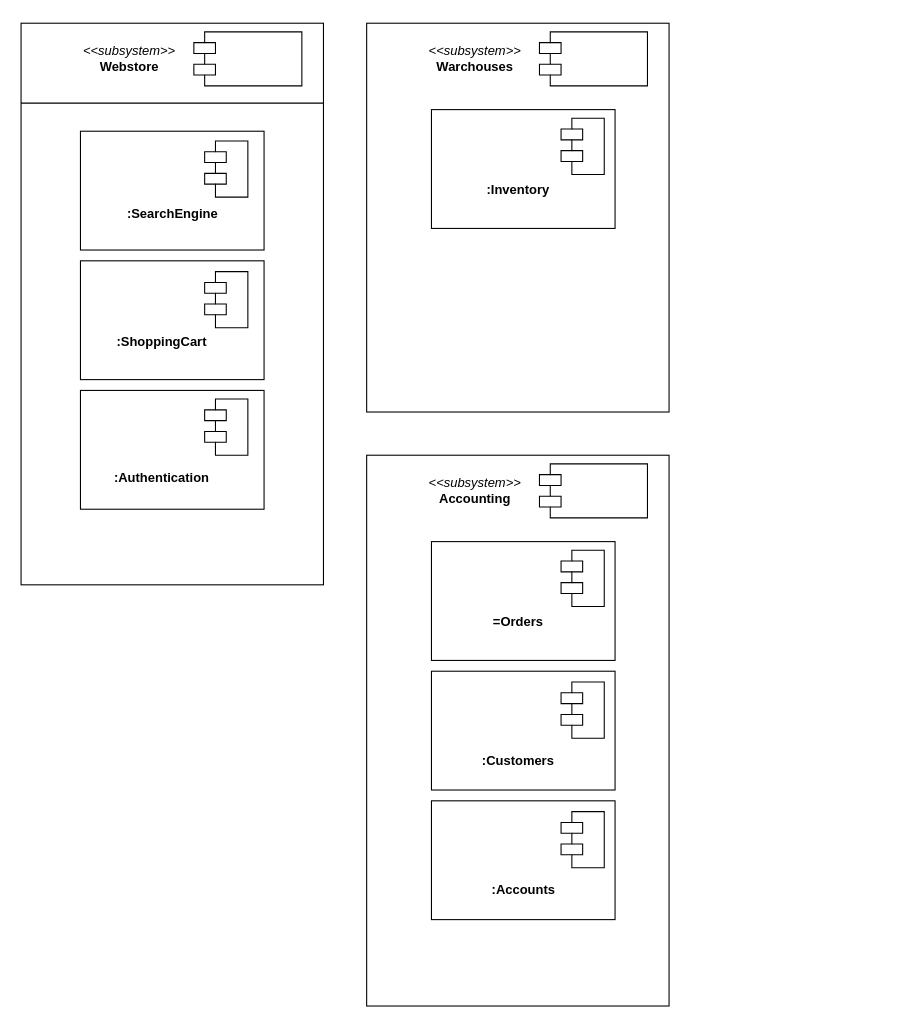
KacperLudwiczak/First-UML keeps this draw.io diagram as First-UML.drawio. Above is the earlier version. Source tidied: cells renumbered, new cells numbered last; positions are measured from the earlier drawing's top-left corner, leaving out a move shared by most shapes. Both pictures are drawn from the tidied source at 108%, with x=0, y=0 at pixel (21, 23).
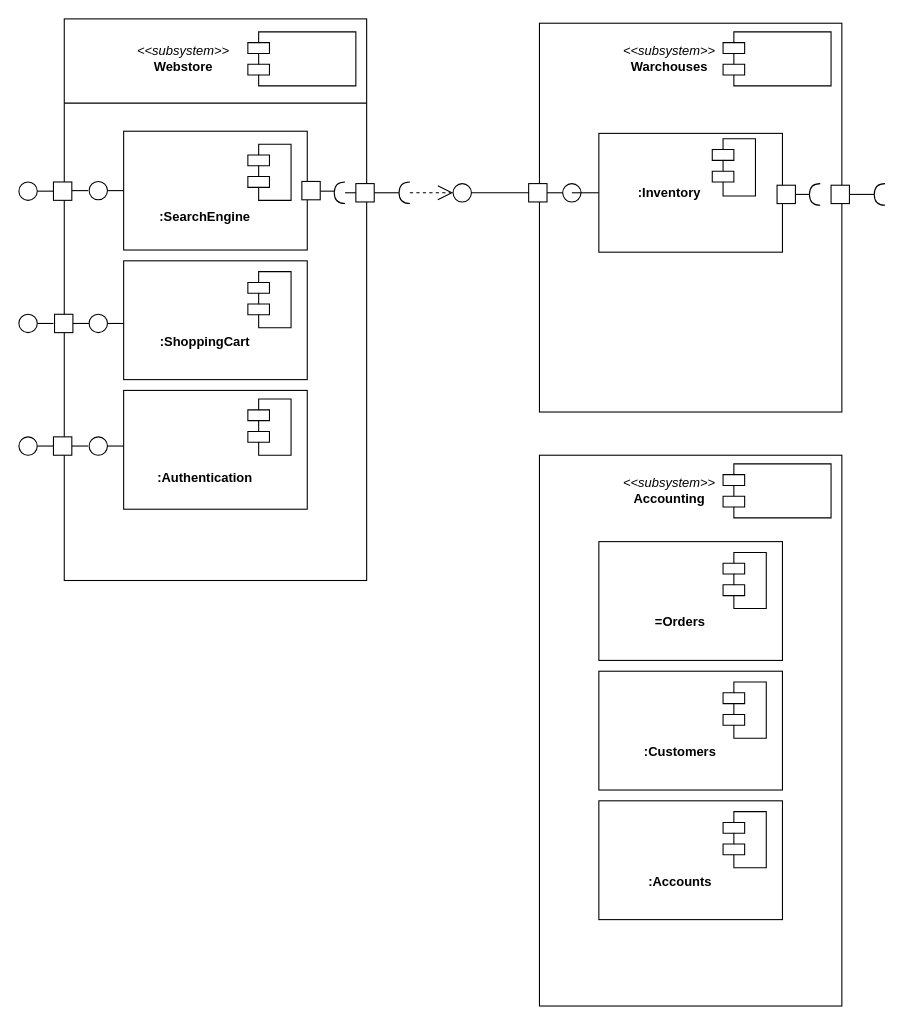
Above is the later version.

What changed in the source:
```diff
@@
     <mxCell id="2" style="html=1;whiteSpace=wrap;" parent="1" vertex="1">
-      <mxGeometry width="280" height="520" as="geometry" />
+      <mxGeometry x="40" y="-4" width="280" height="520" as="geometry" />
     </mxCell>
     <mxCell id="3" value="&lt;i style=&quot;font-weight: 400; text-wrap-mode: wrap;&quot;&gt;&amp;lt;&amp;lt;subsystem&amp;gt;&amp;gt;&lt;/i&gt;&lt;br style=&quot;font-weight: 400; text-wrap-mode: wrap;&quot;&gt;&lt;b style=&quot;text-wrap-mode: wrap;&quot;&gt;Webstore&lt;/b&gt;" style="text;align=center;fontStyle=1;verticalAlign=middle;spacingLeft=3;spacingRight=3;strokeColor=none;html=1;" parent="1" vertex="1">
-      <mxGeometry x="60" y="20" width="80" height="26" as="geometry" />
+      <mxGeometry x="110" y="20" width="80" height="26" as="geometry" />
     </mxCell>
     <mxCell id="4" style="shape=module;align=left;spacingLeft=20;align=center;verticalAlign=top;whiteSpace=wrap;html=1;" parent="1" vertex="1">
-      <mxGeometry x="160" y="8" width="100" height="50" as="geometry" />
+      <mxGeometry x="210" y="8" width="100" height="50" as="geometry" />
     </mxCell>
     <mxCell id="5" style="html=1;whiteSpace=wrap;" parent="1" vertex="1">
-      <mxGeometry x="320" width="280" height="360" as="geometry" />
+      <mxGeometry x="480" width="280" height="360" as="geometry" />
     </mxCell>
     <mxCell id="6" value="&lt;i style=&quot;font-weight: 400; text-wrap-mode: wrap;&quot;&gt;&amp;lt;&amp;lt;subsystem&amp;gt;&amp;gt;&lt;/i&gt;&lt;br style=&quot;font-weight: 400; text-wrap-mode: wrap;&quot;&gt;&lt;b style=&quot;text-wrap-mode: wrap;&quot;&gt;W&lt;/b&gt;&lt;span style=&quot;text-wrap-mode: wrap;&quot;&gt;archouses&lt;/span&gt;" style="text;align=center;fontStyle=1;verticalAlign=middle;spacingLeft=3;spacingRight=3;strokeColor=none;html=1;" parent="1" vertex="1">
-      <mxGeometry x="380" y="20" width="80" height="26" as="geometry" />
+      <mxGeometry x="560" y="20" width="80" height="26" as="geometry" />
     </mxCell>
     <mxCell id="7" style="shape=module;align=left;spacingLeft=20;align=center;verticalAlign=top;whiteSpace=wrap;html=1;" parent="1" vertex="1">
-      <mxGeometry x="480" y="8" width="100" height="50" as="geometry" />
+      <mxGeometry x="650" y="8" width="100" height="50" as="geometry" />
     </mxCell>
     <mxCell id="8" style="html=1;whiteSpace=wrap;" parent="1" vertex="1">
-      <mxGeometry x="380" y="80" width="170" height="110" as="geometry" />
+      <mxGeometry x="535" y="102" width="170" height="110" as="geometry" />
     </mxCell>
     <mxCell id="9" value="&lt;span style=&quot;text-wrap-mode: wrap;&quot;&gt;:Inventory&lt;/span&gt;" style="text;align=center;fontStyle=1;verticalAlign=middle;spacingLeft=3;spacingRight=3;strokeColor=none;html=1;" parent="1" vertex="1">
-      <mxGeometry x="420" y="142" width="80" height="26" as="geometry" />
+      <mxGeometry x="560" y="144" width="80" height="26" as="geometry" />
     </mxCell>
     <mxCell id="10" style="shape=module;align=left;spacingLeft=20;align=center;verticalAlign=top;whiteSpace=wrap;html=1;" parent="1" vertex="1">
-      <mxGeometry x="500" y="88" width="40" height="52" as="geometry" />
+      <mxGeometry x="640" y="107" width="40" height="53" as="geometry" />
     </mxCell>
     <mxCell id="11" style="html=1;whiteSpace=wrap;" parent="1" vertex="1">
-      <mxGeometry x="320" y="400" width="280" height="510" as="geometry" />
+      <mxGeometry x="480" y="400" width="280" height="510" as="geometry" />
     </mxCell>
     <mxCell id="12" value="&lt;i style=&quot;font-weight: 400; text-wrap-mode: wrap;&quot;&gt;&amp;lt;&amp;lt;subsystem&amp;gt;&amp;gt;&lt;/i&gt;&lt;br style=&quot;font-weight: 400; text-wrap-mode: wrap;&quot;&gt;&lt;span style=&quot;text-wrap-mode: wrap;&quot;&gt;Accounting&lt;/span&gt;" style="text;align=center;fontStyle=1;verticalAlign=middle;spacingLeft=3;spacingRight=3;strokeColor=none;html=1;" parent="1" vertex="1">
-      <mxGeometry x="380" y="420" width="80" height="26" as="geometry" />
+      <mxGeometry x="560" y="420" width="80" height="26" as="geometry" />
     </mxCell>
     <mxCell id="13" style="shape=module;align=left;spacingLeft=20;align=center;verticalAlign=top;whiteSpace=wrap;html=1;" parent="1" vertex="1">
-      <mxGeometry x="480" y="408" width="100" height="50" as="geometry" />
+      <mxGeometry x="650" y="408" width="100" height="50" as="geometry" />
     </mxCell>
     <mxCell id="14" style="html=1;whiteSpace=wrap;" parent="1" vertex="1">
-      <mxGeometry x="380" y="480" width="170" height="110" as="geometry" />
+      <mxGeometry x="535" y="480" width="170" height="110" as="geometry" />
     </mxCell>
     <mxCell id="15" value="&lt;span style=&quot;text-wrap-mode: wrap;&quot;&gt;=Orders&lt;/span&gt;" style="text;align=center;fontStyle=1;verticalAlign=middle;spacingLeft=3;spacingRight=3;strokeColor=none;html=1;" parent="1" vertex="1">
-      <mxGeometry x="420" y="542" width="80" height="26" as="geometry" />
+      <mxGeometry x="570" y="542" width="80" height="26" as="geometry" />
     </mxCell>
     <mxCell id="16" style="shape=module;align=left;spacingLeft=20;align=center;verticalAlign=top;whiteSpace=wrap;html=1;" parent="1" vertex="1">
-      <mxGeometry x="500" y="488" width="40" height="52" as="geometry" />
+      <mxGeometry x="650" y="490" width="40" height="52" as="geometry" />
     </mxCell>
     <mxCell id="17" style="html=1;whiteSpace=wrap;" parent="1" vertex="1">
-      <mxGeometry x="380" y="600" width="170" height="110" as="geometry" />
+      <mxGeometry x="535" y="600" width="170" height="110" as="geometry" />
     </mxCell>
     <mxCell id="18" style="shape=module;align=left;spacingLeft=20;align=center;verticalAlign=top;whiteSpace=wrap;html=1;" parent="1" vertex="1">
-      <mxGeometry x="500" y="610" width="40" height="52" as="geometry" />
+      <mxGeometry x="650" y="610" width="40" height="52" as="geometry" />
     </mxCell>
     <mxCell id="19" value="&lt;span style=&quot;text-wrap-mode: wrap;&quot;&gt;:Customers&lt;/span&gt;" style="text;align=center;fontStyle=1;verticalAlign=middle;spacingLeft=3;spacingRight=3;strokeColor=none;html=1;" parent="1" vertex="1">
-      <mxGeometry x="420" y="670" width="80" height="26" as="geometry" />
+      <mxGeometry x="570" y="662" width="80" height="26" as="geometry" />
     </mxCell>
     <mxCell id="20" style="html=1;whiteSpace=wrap;" parent="1" vertex="1">
-      <mxGeometry x="380" y="720" width="170" height="110" as="geometry" />
+      <mxGeometry x="535" y="720" width="170" height="110" as="geometry" />
     </mxCell>
     <mxCell id="21" style="shape=module;align=left;spacingLeft=20;align=center;verticalAlign=top;whiteSpace=wrap;html=1;" parent="1" vertex="1">
-      <mxGeometry x="500" y="730" width="40" height="52" as="geometry" />
+      <mxGeometry x="650" y="730" width="40" height="52" as="geometry" />
     </mxCell>
     <mxCell id="22" value="&lt;span style=&quot;text-wrap-mode: wrap;&quot;&gt;:Accounts&lt;/span&gt;" style="text;align=center;fontStyle=1;verticalAlign=middle;spacingLeft=3;spacingRight=3;strokeColor=none;html=1;" parent="1" vertex="1">
-      <mxGeometry x="425" y="790" width="80" height="26" as="geometry" />
+      <mxGeometry x="570" y="782" width="80" height="26" as="geometry" />
     </mxCell>
     <mxCell id="23" style="html=1;whiteSpace=wrap;" parent="1" vertex="1">
-      <mxGeometry x="55" y="100" width="170" height="110" as="geometry" />
+      <mxGeometry x="95" y="100" width="170" height="110" as="geometry" />
     </mxCell>
     <mxCell id="24" style="shape=module;align=left;spacingLeft=20;align=center;verticalAlign=top;whiteSpace=wrap;html=1;" parent="1" vertex="1">
-      <mxGeometry x="170" y="109" width="40" height="52" as="geometry" />
+      <mxGeometry x="210" y="112" width="40" height="52" as="geometry" />
     </mxCell>
     <mxCell id="25" value="&lt;span style=&quot;text-wrap-mode: wrap;&quot;&gt;:SearchEngine&lt;/span&gt;" style="text;align=center;fontStyle=1;verticalAlign=middle;spacingLeft=3;spacingRight=3;strokeColor=none;html=1;" parent="1" vertex="1">
-      <mxGeometry x="100" y="164" width="80" height="26" as="geometry" />
+      <mxGeometry x="130" y="167" width="80" height="26" as="geometry" />
     </mxCell>
     <mxCell id="26" style="html=1;whiteSpace=wrap;" parent="1" vertex="1">
-      <mxGeometry x="55" y="220" width="170" height="110" as="geometry" />
+      <mxGeometry x="95" y="220" width="170" height="110" as="geometry" />
     </mxCell>
     <mxCell id="27" style="html=1;whiteSpace=wrap;" parent="1" vertex="1">
-      <mxGeometry x="55" y="340" width="170" height="110" as="geometry" />
+      <mxGeometry x="95" y="340" width="170" height="110" as="geometry" />
     </mxCell>
     <mxCell id="28" style="shape=module;align=left;spacingLeft=20;align=center;verticalAlign=top;whiteSpace=wrap;html=1;" parent="1" vertex="1">
-      <mxGeometry x="170" y="230" width="40" height="52" as="geometry" />
+      <mxGeometry x="210" y="230" width="40" height="52" as="geometry" />
     </mxCell>
     <mxCell id="29" style="shape=module;align=left;spacingLeft=20;align=center;verticalAlign=top;whiteSpace=wrap;html=1;" parent="1" vertex="1">
-      <mxGeometry x="170" y="348" width="40" height="52" as="geometry" />
+      <mxGeometry x="210" y="348" width="40" height="52" as="geometry" />
     </mxCell>
     <mxCell id="30" value="&lt;span style=&quot;text-wrap-mode: wrap;&quot;&gt;:ShoppingCart&lt;/span&gt;" style="text;align=center;fontStyle=1;verticalAlign=middle;spacingLeft=3;spacingRight=3;strokeColor=none;html=1;" parent="1" vertex="1">
-      <mxGeometry x="90" y="282" width="80" height="26" as="geometry" />
+      <mxGeometry x="130" y="282" width="80" height="26" as="geometry" />
     </mxCell>
     <mxCell id="31" value="&lt;span style=&quot;text-wrap-mode: wrap;&quot;&gt;:Authentication&lt;/span&gt;" style="text;align=center;fontStyle=1;verticalAlign=middle;spacingLeft=3;spacingRight=3;strokeColor=none;html=1;" parent="1" vertex="1">
-      <mxGeometry x="90" y="408" width="80" height="26" as="geometry" />
+      <mxGeometry x="130" y="408" width="80" height="26" as="geometry" />
     </mxCell>
     <mxCell id="32" style="line;strokeWidth=1;fillColor=none;align=left;verticalAlign=middle;spacingTop=-1;spacingLeft=3;spacingRight=3;labelPosition=right;strokeColor=inherit;" parent="1" vertex="1">
-      <mxGeometry y="70" width="280" height="8" as="geometry" />
+      <mxGeometry x="40" y="70" width="280" height="8" as="geometry" />
     </mxCell>
+    <mxCell id="33" style="line;strokeWidth=1;fillColor=none;align=left;verticalAlign=middle;spacingTop=-1;spacingLeft=3;spacingRight=3;labelPosition=right;strokeColor=inherit;" parent="1" vertex="1">
+      <mxGeometry x="80" y="151" width="15" height="8" as="geometry" />
+    </mxCell>
+    <mxCell id="34" style="ellipse;whiteSpace=wrap;html=1;" parent="1" vertex="1">
+      <mxGeometry x="63" y="146.5" width="17" height="17" as="geometry" />
+    </mxCell>
+    <mxCell id="35" style="whiteSpace=wrap;html=1;" parent="1" vertex="1">
+      <mxGeometry x="30" y="147" width="17" height="17" as="geometry" />
+    </mxCell>
+    <mxCell id="36" style="line;strokeWidth=1;fillColor=none;align=left;verticalAlign=middle;spacingTop=-1;spacingLeft=3;spacingRight=3;labelPosition=right;strokeColor=inherit;" parent="1" vertex="1">
+      <mxGeometry x="47" y="151" width="15" height="8" as="geometry" />
+    </mxCell>
+    <mxCell id="37" style="line;strokeWidth=1;fillColor=none;align=left;verticalAlign=middle;spacingTop=-1;spacingLeft=3;spacingRight=3;labelPosition=right;strokeColor=inherit;" parent="1" vertex="1">
+      <mxGeometry x="15" y="151.5" width="15" height="8" as="geometry" />
+    </mxCell>
+    <mxCell id="38" style="ellipse;whiteSpace=wrap;html=1;" parent="1" vertex="1">
+      <mxGeometry x="-2" y="147" width="17" height="17" as="geometry" />
+    </mxCell>
+    <mxCell id="39" style="line;strokeWidth=1;fillColor=none;align=left;verticalAlign=middle;spacingTop=-1;spacingLeft=3;spacingRight=3;labelPosition=right;strokeColor=inherit;" parent="1" vertex="1">
+      <mxGeometry x="80" y="274" width="15" height="8" as="geometry" />
+    </mxCell>
+    <mxCell id="40" style="ellipse;whiteSpace=wrap;html=1;" parent="1" vertex="1">
+      <mxGeometry x="63" y="269.5" width="17" height="17" as="geometry" />
+    </mxCell>
+    <mxCell id="41" style="line;strokeWidth=1;fillColor=none;align=left;verticalAlign=middle;spacingTop=-1;spacingLeft=3;spacingRight=3;labelPosition=right;strokeColor=inherit;" parent="1" vertex="1">
+      <mxGeometry x="48" y="274" width="15" height="8" as="geometry" />
+    </mxCell>
+    <mxCell id="42" style="whiteSpace=wrap;html=1;" parent="1" vertex="1">
+      <mxGeometry x="31" y="269.5" width="17" height="17" as="geometry" />
+    </mxCell>
+    <mxCell id="43" style="line;strokeWidth=1;fillColor=none;align=left;verticalAlign=middle;spacingTop=-1;spacingLeft=3;spacingRight=3;labelPosition=right;strokeColor=inherit;" parent="1" vertex="1">
+      <mxGeometry x="15" y="274" width="15" height="8" as="geometry" />
+    </mxCell>
+    <mxCell id="44" style="ellipse;whiteSpace=wrap;html=1;" parent="1" vertex="1">
+      <mxGeometry x="-2" y="269.5" width="17" height="17" as="geometry" />
+    </mxCell>
+    <mxCell id="45" style="ellipse;whiteSpace=wrap;html=1;" parent="1" vertex="1">
+      <mxGeometry x="63" y="383" width="17" height="17" as="geometry" />
+    </mxCell>
+    <mxCell id="46" style="line;strokeWidth=1;fillColor=none;align=left;verticalAlign=middle;spacingTop=-1;spacingLeft=3;spacingRight=3;labelPosition=right;strokeColor=inherit;" parent="1" vertex="1">
+      <mxGeometry x="80" y="387.5" width="15" height="8" as="geometry" />
+    </mxCell>
+    <mxCell id="47" style="line;strokeWidth=1;fillColor=none;align=left;verticalAlign=middle;spacingTop=-1;spacingLeft=3;spacingRight=3;labelPosition=right;strokeColor=inherit;" parent="1" vertex="1">
+      <mxGeometry x="47" y="387.5" width="15" height="8" as="geometry" />
+    </mxCell>
+    <mxCell id="48" style="whiteSpace=wrap;html=1;" parent="1" vertex="1">
+      <mxGeometry x="30" y="383" width="17" height="17" as="geometry" />
+    </mxCell>
+    <mxCell id="49" style="line;strokeWidth=1;fillColor=none;align=left;verticalAlign=middle;spacingTop=-1;spacingLeft=3;spacingRight=3;labelPosition=right;strokeColor=inherit;" parent="1" vertex="1">
+      <mxGeometry x="15" y="387.5" width="15" height="8" as="geometry" />
+    </mxCell>
+    <mxCell id="50" style="ellipse;whiteSpace=wrap;html=1;" parent="1" vertex="1">
+      <mxGeometry x="-2" y="383" width="17" height="17" as="geometry" />
+    </mxCell>
+    <mxCell id="51" style="line;strokeWidth=1;fillColor=none;align=left;verticalAlign=middle;spacingTop=-1;spacingLeft=3;spacingRight=3;labelPosition=right;strokeColor=inherit;" parent="1" vertex="1">
+      <mxGeometry x="277" y="151.5" width="13" height="8" as="geometry" />
+    </mxCell>
+    <mxCell id="52" style="whiteSpace=wrap;html=1;" parent="1" vertex="1">
+      <mxGeometry x="260" y="146.5" width="17" height="17" as="geometry" />
+    </mxCell>
+    <mxCell id="53" style="shape=requiredInterface;html=1;verticalLabelPosition=bottom;sketch=0;rotation=-180;" parent="1" vertex="1">
+      <mxGeometry x="290" y="147" width="10" height="20" as="geometry" />
+    </mxCell>
+    <mxCell id="54" style="whiteSpace=wrap;html=1;" parent="1" vertex="1">
+      <mxGeometry x="310" y="148.5" width="17" height="17" as="geometry" />
+    </mxCell>
+    <mxCell id="55" style="line;strokeWidth=1;fillColor=none;align=left;verticalAlign=middle;spacingTop=-1;spacingLeft=3;spacingRight=3;labelPosition=right;strokeColor=inherit;" parent="1" vertex="1">
+      <mxGeometry x="327" y="153" width="23" height="8" as="geometry" />
+    </mxCell>
+    <mxCell id="56" style="line;strokeWidth=1;fillColor=none;align=left;verticalAlign=middle;spacingTop=-1;spacingLeft=3;spacingRight=3;labelPosition=right;strokeColor=inherit;" parent="1" vertex="1">
+      <mxGeometry x="300" y="153" width="10" height="8" as="geometry" />
+    </mxCell>
+    <mxCell id="57" style="shape=requiredInterface;html=1;verticalLabelPosition=bottom;sketch=0;rotation=-180;" parent="1" vertex="1">
+      <mxGeometry x="350" y="147" width="10" height="20" as="geometry" />
+    </mxCell>
+    <mxCell id="58" style="endArrow=open;endSize=12;dashed=1;html=1;rounded=0;exitX=0;exitY=0.5;exitDx=0;exitDy=0;exitPerimeter=0;" parent="1" edge="1" source="57">
+      <mxGeometry relative="1" as="geometry">
+        <mxPoint x="400" y="157" as="targetPoint" />
+      </mxGeometry>
+    </mxCell>
+    <mxCell id="59" style="ellipse;whiteSpace=wrap;html=1;" parent="1" vertex="1">
+      <mxGeometry x="400" y="148.5" width="17" height="17" as="geometry" />
+    </mxCell>
+    <mxCell id="60" style="whiteSpace=wrap;html=1;" parent="1" vertex="1">
+      <mxGeometry x="470" y="148.5" width="17" height="17" as="geometry" />
+    </mxCell>
+    <mxCell id="61" style="line;strokeWidth=1;fillColor=none;align=left;verticalAlign=middle;spacingTop=-1;spacingLeft=3;spacingRight=3;labelPosition=right;strokeColor=inherit;" parent="1" vertex="1">
+      <mxGeometry x="417" y="153" width="53" height="8" as="geometry" />
+    </mxCell>
+    <mxCell id="62" style="line;strokeWidth=1;fillColor=none;align=left;verticalAlign=middle;spacingTop=-1;spacingLeft=3;spacingRight=3;labelPosition=right;strokeColor=inherit;" parent="1" vertex="1">
+      <mxGeometry x="487" y="153" width="20" height="8" as="geometry" />
+    </mxCell>
+    <mxCell id="63" style="ellipse;whiteSpace=wrap;html=1;" parent="1" vertex="1">
+      <mxGeometry x="501.5" y="148.5" width="17" height="17" as="geometry" />
+    </mxCell>
+    <mxCell id="64" style="line;strokeWidth=1;fillColor=none;align=left;verticalAlign=middle;spacingTop=-1;spacingLeft=3;spacingRight=3;labelPosition=right;strokeColor=inherit;" parent="1" vertex="1">
+      <mxGeometry x="510" y="153" width="25" height="8" as="geometry" />
+    </mxCell>
+    <mxCell id="65" style="whiteSpace=wrap;html=1;" parent="1" vertex="1">
+      <mxGeometry x="700" y="150" width="17" height="17" as="geometry" />
+    </mxCell>
+    <mxCell id="66" style="line;strokeWidth=1;fillColor=none;align=left;verticalAlign=middle;spacingTop=-1;spacingLeft=3;spacingRight=3;labelPosition=right;strokeColor=inherit;" parent="1" vertex="1">
+      <mxGeometry x="717" y="154.5" width="13" height="8" as="geometry" />
+    </mxCell>
+    <mxCell id="67" style="shape=requiredInterface;html=1;verticalLabelPosition=bottom;sketch=0;rotation=-180;" parent="1" vertex="1">
+      <mxGeometry x="730" y="148.5" width="10" height="20" as="geometry" />
+    </mxCell>
+    <mxCell id="68" style="whiteSpace=wrap;html=1;" parent="1" vertex="1">
+      <mxGeometry x="750" y="150" width="17" height="17" as="geometry" />
+    </mxCell>
+    <mxCell id="69" style="line;strokeWidth=1;fillColor=none;align=left;verticalAlign=middle;spacingTop=-1;spacingLeft=3;spacingRight=3;labelPosition=right;strokeColor=inherit;" parent="1" vertex="1">
+      <mxGeometry x="767" y="154.5" width="23" height="8" as="geometry" />
+    </mxCell>
+    <mxCell id="70" style="shape=requiredInterface;html=1;verticalLabelPosition=bottom;sketch=0;rotation=-180;" parent="1" vertex="1">
+      <mxGeometry x="790" y="148.5" width="10" height="20" as="geometry" />
+    </mxCell>
```
